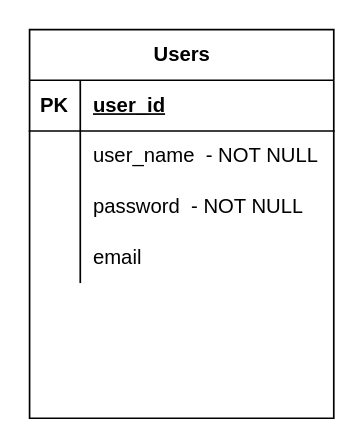
This is ER-Diagram.drawio from bhargav1997/work-flows, a draw.io file, before an edit. Source tidied: cells renumbered, new cells numbered last; positions are measured from the earlier drawing's top-left corner, leaving out a move shared by most shapes. Both pictures are drawn from the tidied source at 169%, with x=0, y=0 at pixel (29, 29).
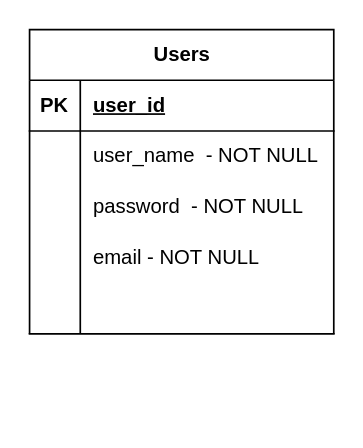
Above is the later version.

Diff of the diagram source:
```diff
@@
 <mxGraphModel>
   <root>
     <mxCell id="0" />
     <mxCell id="1" parent="0" />
     <mxCell id="2" value="Users" style="shape=table;startSize=30;childLayout=tableLayout;rowLines=0;fontStyle=1;align=center;html=1;" parent="1" vertex="1">
-      <mxGeometry width="180" height="230" as="geometry" />
+      <mxGeometry width="180" height="180" as="geometry" />
     </mxCell>
     <mxCell id="3" style="shape=tableRow;horizontal=0;startSize=0;swimlaneHead=0;swimlaneBody=0;fillColor=none;top=0;left=0;right=0;bottom=1;" parent="2" vertex="1">
       <mxGeometry y="30" width="180" height="30" as="geometry" />
     </mxCell>
     <mxCell id="4" value="PK" style="shape=partialRectangle;fillColor=none;top=0;left=0;bottom=0;right=0;fontStyle=1;overflow=hidden;whiteSpace=wrap;html=1;" parent="3" vertex="1">
       <mxGeometry width="30" height="30" as="geometry" />
     </mxCell>
     <mxCell id="5" value="user_id" style="shape=partialRectangle;fillColor=none;top=0;left=0;bottom=0;right=0;align=left;spacingLeft=6;fontStyle=5;overflow=hidden;whiteSpace=wrap;html=1;" parent="3" vertex="1">
       <mxGeometry x="30" width="150" height="30" as="geometry" />
     </mxCell>
     <mxCell id="6" style="shape=tableRow;horizontal=0;startSize=0;swimlaneHead=0;swimlaneBody=0;fillColor=none;top=0;left=0;right=0;bottom=0;" parent="2" vertex="1">
       <mxGeometry y="60" width="180" height="30" as="geometry" />
     </mxCell>
     <mxCell id="7" style="shape=partialRectangle;fillColor=none;top=0;left=0;bottom=0;right=0;overflow=hidden;whiteSpace=wrap;html=1;" parent="6" vertex="1">
       <mxGeometry width="30" height="30" as="geometry" />
     </mxCell>
     <mxCell id="8" value="user_name&amp;nbsp; - NOT NULL" style="shape=partialRectangle;fillColor=none;top=0;left=0;bottom=0;right=0;align=left;spacingLeft=6;overflow=hidden;whiteSpace=wrap;html=1;" parent="6" vertex="1">
       <mxGeometry x="30" width="150" height="30" as="geometry" />
     </mxCell>
     <mxCell id="9" style="shape=tableRow;horizontal=0;startSize=0;swimlaneHead=0;swimlaneBody=0;fillColor=none;top=0;left=0;right=0;bottom=0;" parent="2" vertex="1">
       <mxGeometry y="90" width="180" height="30" as="geometry" />
     </mxCell>
     <mxCell id="10" style="shape=partialRectangle;fillColor=none;top=0;left=0;bottom=0;right=0;overflow=hidden;whiteSpace=wrap;html=1;" parent="9" vertex="1">
       <mxGeometry width="30" height="30" as="geometry" />
     </mxCell>
     <mxCell id="11" value="password&amp;nbsp;&amp;nbsp;- NOT NULL" style="shape=partialRectangle;fillColor=none;top=0;left=0;bottom=0;right=0;align=left;spacingLeft=6;overflow=hidden;whiteSpace=wrap;html=1;" parent="9" vertex="1">
       <mxGeometry x="30" width="150" height="30" as="geometry" />
     </mxCell>
     <mxCell id="12" style="shape=tableRow;horizontal=0;startSize=0;swimlaneHead=0;swimlaneBody=0;fillColor=none;top=0;left=0;right=0;bottom=0;" parent="2" vertex="1">
       <mxGeometry y="120" width="180" height="30" as="geometry" />
     </mxCell>
     <mxCell id="13" style="shape=partialRectangle;fillColor=none;top=0;left=0;bottom=0;right=0;overflow=hidden;whiteSpace=wrap;html=1;" parent="12" vertex="1">
       <mxGeometry width="30" height="30" as="geometry" />
     </mxCell>
-    <mxCell id="14" value="email" style="shape=partialRectangle;fillColor=none;top=0;left=0;bottom=0;right=0;align=left;spacingLeft=6;overflow=hidden;whiteSpace=wrap;html=1;" parent="12" vertex="1">
+    <mxCell id="14" value="email - NOT NULL" style="shape=partialRectangle;fillColor=none;top=0;left=0;bottom=0;right=0;align=left;spacingLeft=6;overflow=hidden;whiteSpace=wrap;html=1;" parent="12" vertex="1">
       <mxGeometry x="30" width="150" height="30" as="geometry" />
     </mxCell>
+    <mxCell id="15" style="shape=tableRow;horizontal=0;startSize=0;swimlaneHead=0;swimlaneBody=0;fillColor=none;top=0;left=0;right=0;bottom=1;" parent="2" vertex="1">
+      <mxGeometry y="150" width="180" height="30" as="geometry" />
+    </mxCell>
+    <mxCell id="16" style="shape=partialRectangle;fillColor=none;top=0;left=0;bottom=0;right=0;fontStyle=1;overflow=hidden;whiteSpace=wrap;html=1;" parent="15" vertex="1">
+      <mxGeometry width="30" height="30" as="geometry" />
+    </mxCell>
+    <mxCell id="17" style="shape=partialRectangle;fillColor=none;top=0;left=0;bottom=0;right=0;align=left;spacingLeft=6;fontStyle=5;overflow=hidden;whiteSpace=wrap;html=1;" parent="15" vertex="1">
+      <mxGeometry x="30" width="150" height="30" as="geometry" />
+    </mxCell>
   </root>
 </mxGraphModel>
```
